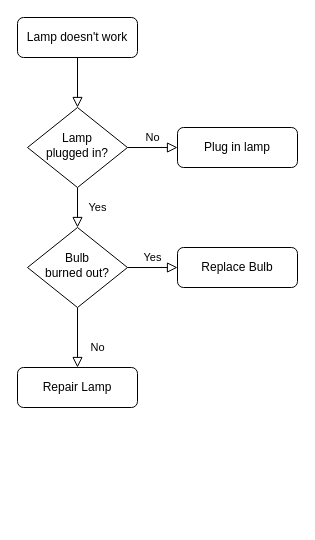
Above: Untitled Diagram.drawio in ateenss/charts_draw (draw.io), before the change. Source tidied: cells renumbered, new cells numbered last; positions are measured from the earlier drawing's top-left corner, leaving out a move shared by most shapes. Both pictures are drawn from the tidied source at 100%, with x=0, y=0 at pixel (17, 17).
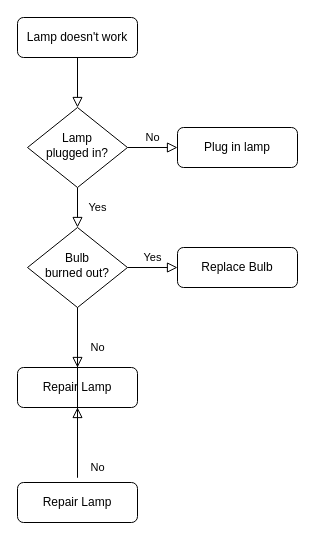
After the change.

The edit, as a diff of the source:
```diff
@@
 <mxGraphModel>
   <root>
     <mxCell id="0" />
     <mxCell id="1" parent="0" />
     <mxCell id="2" style="rounded=0;html=1;jettySize=auto;fontSize=11;endArrow=block;endFill=0;endSize=8;strokeWidth=1;shadow=0;labelBackgroundColor=none;edgeStyle=orthogonalEdgeStyle;" parent="1" edge="1" source="3" target="6">
       <mxGeometry relative="1" as="geometry" />
     </mxCell>
     <mxCell id="3" value="Lamp doesn't work" style="rounded=1;whiteSpace=wrap;html=1;fontSize=12;glass=0;strokeWidth=1;shadow=0;" parent="1" vertex="1">
       <mxGeometry width="120" height="40" as="geometry" />
     </mxCell>
     <mxCell id="4" value="Yes" style="rounded=0;html=1;jettySize=auto;fontSize=11;endArrow=block;endFill=0;endSize=8;strokeWidth=1;shadow=0;labelBackgroundColor=none;edgeStyle=orthogonalEdgeStyle;" parent="1" edge="1" source="6" target="10">
       <mxGeometry y="20" relative="1" as="geometry" />
     </mxCell>
     <mxCell id="5" value="No" style="edgeStyle=orthogonalEdgeStyle;rounded=0;html=1;jettySize=auto;fontSize=11;endArrow=block;endFill=0;endSize=8;strokeWidth=1;shadow=0;labelBackgroundColor=none;" parent="1" edge="1" source="6" target="7">
       <mxGeometry y="10" relative="1" as="geometry" />
     </mxCell>
     <mxCell id="6" value="Lamp&lt;br&gt;plugged in?" style="rhombus;whiteSpace=wrap;html=1;shadow=0;fontFamily=Helvetica;fontSize=12;align=center;strokeWidth=1;spacing=6;spacingTop=-4;" parent="1" vertex="1">
       <mxGeometry x="10" y="90" width="100" height="80" as="geometry" />
     </mxCell>
     <mxCell id="7" value="Plug in lamp" style="rounded=1;whiteSpace=wrap;html=1;fontSize=12;glass=0;strokeWidth=1;shadow=0;" parent="1" vertex="1">
       <mxGeometry x="160" y="110" width="120" height="40" as="geometry" />
     </mxCell>
     <mxCell id="8" value="No" style="rounded=0;html=1;jettySize=auto;fontSize=11;endArrow=block;endFill=0;endSize=8;strokeWidth=1;shadow=0;labelBackgroundColor=none;edgeStyle=orthogonalEdgeStyle;" parent="1" edge="1" source="10" target="11">
       <mxGeometry x="0.33" y="20" relative="1" as="geometry" />
     </mxCell>
     <mxCell id="9" value="Yes" style="edgeStyle=orthogonalEdgeStyle;rounded=0;html=1;jettySize=auto;fontSize=11;endArrow=block;endFill=0;endSize=8;strokeWidth=1;shadow=0;labelBackgroundColor=none;" parent="1" edge="1" source="10" target="12">
       <mxGeometry y="10" relative="1" as="geometry" />
     </mxCell>
     <mxCell id="10" value="Bulb&lt;br&gt;burned out?" style="rhombus;whiteSpace=wrap;html=1;shadow=0;fontFamily=Helvetica;fontSize=12;align=center;strokeWidth=1;spacing=6;spacingTop=-4;" parent="1" vertex="1">
       <mxGeometry x="10" y="210" width="100" height="80" as="geometry" />
     </mxCell>
     <mxCell id="11" value="Repair Lamp" style="rounded=1;whiteSpace=wrap;html=1;fontSize=12;glass=0;strokeWidth=1;shadow=0;" parent="1" vertex="1">
       <mxGeometry y="350" width="120" height="40" as="geometry" />
     </mxCell>
     <mxCell id="12" value="Replace Bulb" style="rounded=1;whiteSpace=wrap;html=1;fontSize=12;glass=0;strokeWidth=1;shadow=0;" parent="1" vertex="1">
       <mxGeometry x="160" y="230" width="120" height="40" as="geometry" />
     </mxCell>
+    <mxCell id="13" value="Repair Lamp" style="rounded=1;whiteSpace=wrap;html=1;fontSize=12;glass=0;strokeWidth=1;shadow=0;" parent="1" vertex="1">
+      <mxGeometry y="465" width="120" height="40" as="geometry" />
+    </mxCell>
+    <mxCell id="14" value="No" style="rounded=0;html=1;jettySize=auto;fontSize=11;endArrow=block;endFill=0;endSize=8;strokeWidth=1;shadow=0;labelBackgroundColor=none;edgeStyle=orthogonalEdgeStyle;" parent="1" edge="1" source="10" target="11">
+      <mxGeometry x="0.33" y="20" relative="1" as="geometry">
+        <Array as="points">
+          <mxPoint x="60" y="460" />
+          <mxPoint x="60" y="460" />
+        </Array>
+      </mxGeometry>
+    </mxCell>
   </root>
 </mxGraphModel>
```
